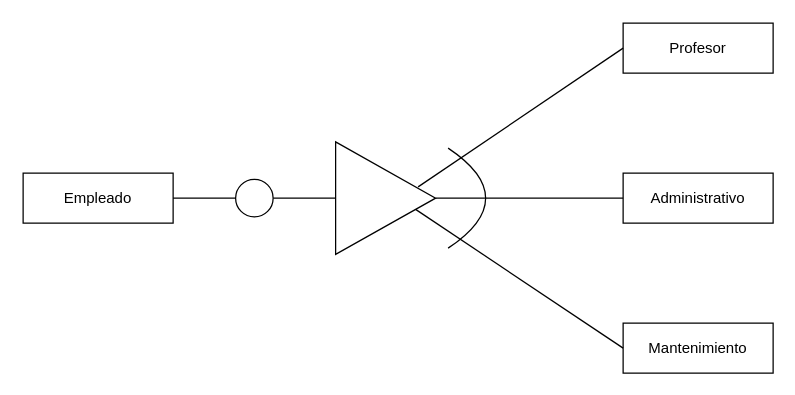
JuanManuelMM/Base-Datos keeps this draw.io diagram as page "EJ7" (3 of 5) of Tareas/Tarea3/Tarea3.drawio. Above is the earlier version. Source tidied: cells renumbered, new cells numbered last; positions are measured from the earlier drawing's top-left corner, leaving out a move shared by most shapes. Both pictures are drawn from the tidied source at 125%, with x=0, y=0 at pixel (22, 22).
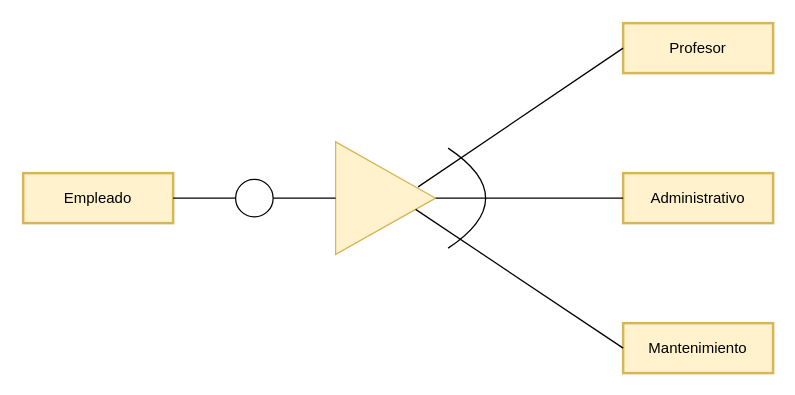
The same page after the edit.

Change to the diagram source:
```diff
@@
 <mxGraphModel>
   <root>
     <mxCell id="0" />
     <mxCell id="1" parent="0" />
-    <mxCell id="2" value="Empleado" style="whiteSpace=wrap;html=1;align=center;" parent="1" vertex="1">
+    <mxCell id="2" value="Empleado" style="whiteSpace=wrap;html=1;align=center;fillColor=#fff2cc;strokeColor=#d6b656;strokeWidth=2;" parent="1" vertex="1">
       <mxGeometry y="120" width="120" height="40" as="geometry" />
     </mxCell>
-    <mxCell id="3" value="Mantenimiento" style="whiteSpace=wrap;html=1;align=center;" parent="1" vertex="1">
+    <mxCell id="3" value="Mantenimiento" style="whiteSpace=wrap;html=1;align=center;fillColor=#fff2cc;strokeColor=#d6b656;strokeWidth=2;" parent="1" vertex="1">
       <mxGeometry x="480" y="240" width="120" height="40" as="geometry" />
     </mxCell>
-    <mxCell id="4" value="Administrativo" style="whiteSpace=wrap;html=1;align=center;" parent="1" vertex="1">
+    <mxCell id="4" value="Administrativo" style="whiteSpace=wrap;html=1;align=center;fillColor=#fff2cc;strokeColor=#d6b656;strokeWidth=2;" parent="1" vertex="1">
       <mxGeometry x="480" y="120" width="120" height="40" as="geometry" />
     </mxCell>
-    <mxCell id="5" value="Profesor" style="whiteSpace=wrap;html=1;align=center;" parent="1" vertex="1">
+    <mxCell id="5" value="Profesor" style="whiteSpace=wrap;html=1;align=center;fillColor=#fff2cc;strokeColor=#d6b656;strokeWidth=2;" parent="1" vertex="1">
       <mxGeometry x="480" width="120" height="40" as="geometry" />
     </mxCell>
-    <mxCell id="6" style="triangle;whiteSpace=wrap;html=1;" parent="1" vertex="1">
+    <mxCell id="6" style="triangle;whiteSpace=wrap;html=1;fillColor=#fff2cc;strokeColor=#d6b656;" parent="1" vertex="1">
       <mxGeometry x="250" y="95" width="80" height="90" as="geometry" />
     </mxCell>
     <mxCell id="7" style="endArrow=none;html=1;rounded=0;entryX=0;entryY=0.5;entryDx=0;entryDy=0;exitX=0.825;exitY=0.4;exitDx=0;exitDy=0;exitPerimeter=0;" parent="1" edge="1" source="6" target="5">
       <mxGeometry relative="1" as="geometry" />
     </mxCell>
     <mxCell id="8" style="endArrow=none;html=1;rounded=0;entryX=0;entryY=0.5;entryDx=0;entryDy=0;exitX=1;exitY=0.5;exitDx=0;exitDy=0;" parent="1" edge="1" source="6" target="4">
       <mxGeometry relative="1" as="geometry" />
     </mxCell>
     <mxCell id="9" style="endArrow=none;html=1;rounded=0;entryX=0;entryY=0.5;entryDx=0;entryDy=0;exitX=0.8;exitY=0.6;exitDx=0;exitDy=0;exitPerimeter=0;" parent="1" edge="1" source="6" target="3">
       <mxGeometry relative="1" as="geometry" />
     </mxCell>
     <mxCell id="10" style="endArrow=none;html=1;rounded=0;exitX=1;exitY=0.5;exitDx=0;exitDy=0;entryX=0;entryY=0.5;entryDx=0;entryDy=0;startArrow=none;" parent="1" edge="1" source="12" target="6">
       <mxGeometry relative="1" as="geometry" />
     </mxCell>
     <mxCell id="11" style="shape=dataStorage;whiteSpace=wrap;html=1;fixedSize=1;size=30;rotation=-180;" parent="1" vertex="1">
       <mxGeometry x="340" y="100" width="30" height="80" as="geometry" />
     </mxCell>
     <mxCell id="12" style="ellipse;whiteSpace=wrap;html=1;" parent="1" vertex="1">
       <mxGeometry x="170" y="125" width="30" height="30" as="geometry" />
     </mxCell>
     <mxCell id="13" style="endArrow=none;html=1;rounded=0;exitX=1;exitY=0.5;exitDx=0;exitDy=0;entryX=0;entryY=0.5;entryDx=0;entryDy=0;" parent="1" edge="1" source="2" target="12">
       <mxGeometry relative="1" as="geometry" />
     </mxCell>
   </root>
 </mxGraphModel>
```
